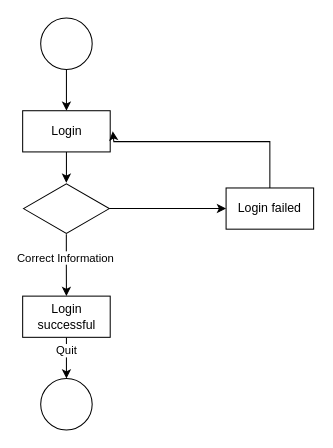
Earlier version of the draw.io diagram page "State Diagram- Login" (6 of 9) of Rubikcube.drawio (Pao099/AWS). Source tidied: cells renumbered, new cells numbered last; positions are measured from the earlier drawing's top-left corner, leaving out a move shared by most shapes. Both pictures are drawn from the tidied source at 103%, with x=0, y=0 at pixel (22, 18).
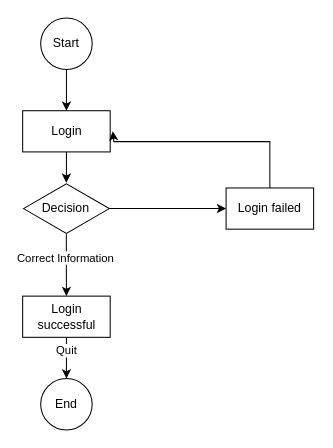
The same page after the edit.

Change to the diagram source:
```diff
@@
 <mxGraphModel>
   <root>
     <mxCell id="0" />
     <mxCell id="1" parent="0" />
     <mxCell id="2" style="edgeStyle=orthogonalEdgeStyle;rounded=0;jettySize=auto;html=1;" parent="1" edge="1" source="3" target="6">
       <mxGeometry relative="1" as="geometry" />
     </mxCell>
-    <mxCell id="3" style="ellipse;whiteSpace=wrap;html=1;" parent="1" vertex="1">
+    <mxCell id="3" value="Start" style="ellipse;whiteSpace=wrap;html=1;" parent="1" vertex="1">
       <mxGeometry x="18" width="50" height="50" as="geometry" />
     </mxCell>
-    <mxCell id="4" style="ellipse;whiteSpace=wrap;html=1;" parent="1" vertex="1">
+    <mxCell id="4" value="End" style="ellipse;whiteSpace=wrap;html=1;" parent="1" vertex="1">
       <mxGeometry x="18" y="350" width="50" height="50" as="geometry" />
     </mxCell>
     <mxCell id="5" style="edgeStyle=orthogonalEdgeStyle;rounded=0;jettySize=auto;html=1;" parent="1" edge="1" source="6" target="15">
       <mxGeometry relative="1" as="geometry" />
     </mxCell>
     <mxCell id="6" value="Login" style="rounded=0;whiteSpace=wrap;html=1;" parent="1" vertex="1">
       <mxGeometry x="0.5" y="90" width="85" height="40" as="geometry" />
     </mxCell>
     <mxCell id="7" style="edgeStyle=orthogonalEdgeStyle;rounded=0;jettySize=auto;html=1;" parent="1" edge="1" source="8">
       <mxGeometry relative="1" as="geometry">
         <mxPoint x="88" y="110" as="targetPoint" />
         <Array as="points">
           <mxPoint x="241" y="120" />
           <mxPoint x="89" y="120" />
         </Array>
       </mxGeometry>
     </mxCell>
     <mxCell id="8" value="Login failed" style="rounded=0;whiteSpace=wrap;html=1;" parent="1" vertex="1">
       <mxGeometry x="198" y="165" width="85" height="40" as="geometry" />
     </mxCell>
     <mxCell id="9" style="edgeStyle=orthogonalEdgeStyle;rounded=0;jettySize=auto;html=1;" parent="1" edge="1" source="11" target="4">
       <mxGeometry relative="1" as="geometry" />
     </mxCell>
     <mxCell id="10" value="Quit" style="edgeLabel;html=1;align=center;verticalAlign=middle;" parent="9" vertex="1">
       <mxGeometry x="-0.4" y="-1" relative="1" as="geometry" />
     </mxCell>
     <mxCell id="11" value="Login successful" style="rounded=0;whiteSpace=wrap;html=1;" parent="1" vertex="1">
       <mxGeometry x="0.5" y="270" width="85" height="40" as="geometry" />
     </mxCell>
     <mxCell id="12" style="edgeStyle=orthogonalEdgeStyle;rounded=0;jettySize=auto;html=1;" parent="1" edge="1" source="15" target="8">
       <mxGeometry relative="1" as="geometry" />
     </mxCell>
     <mxCell id="13" style="edgeStyle=orthogonalEdgeStyle;rounded=0;jettySize=auto;html=1;" parent="1" edge="1" source="15" target="11">
       <mxGeometry relative="1" as="geometry" />
     </mxCell>
     <mxCell id="14" value="Correct Information" style="edgeLabel;html=1;align=center;verticalAlign=middle;" parent="13" vertex="1">
       <mxGeometry x="-0.27" y="-1" relative="1" as="geometry" />
     </mxCell>
-    <mxCell id="15" style="html=1;whiteSpace=wrap;shape=isoRectangle;" parent="1" vertex="1">
+    <mxCell id="15" value="Decision" style="html=1;whiteSpace=wrap;shape=isoRectangle;" parent="1" vertex="1">
       <mxGeometry x="1.3" y="160" width="83.3" height="50" as="geometry" />
     </mxCell>
   </root>
 </mxGraphModel>
```
